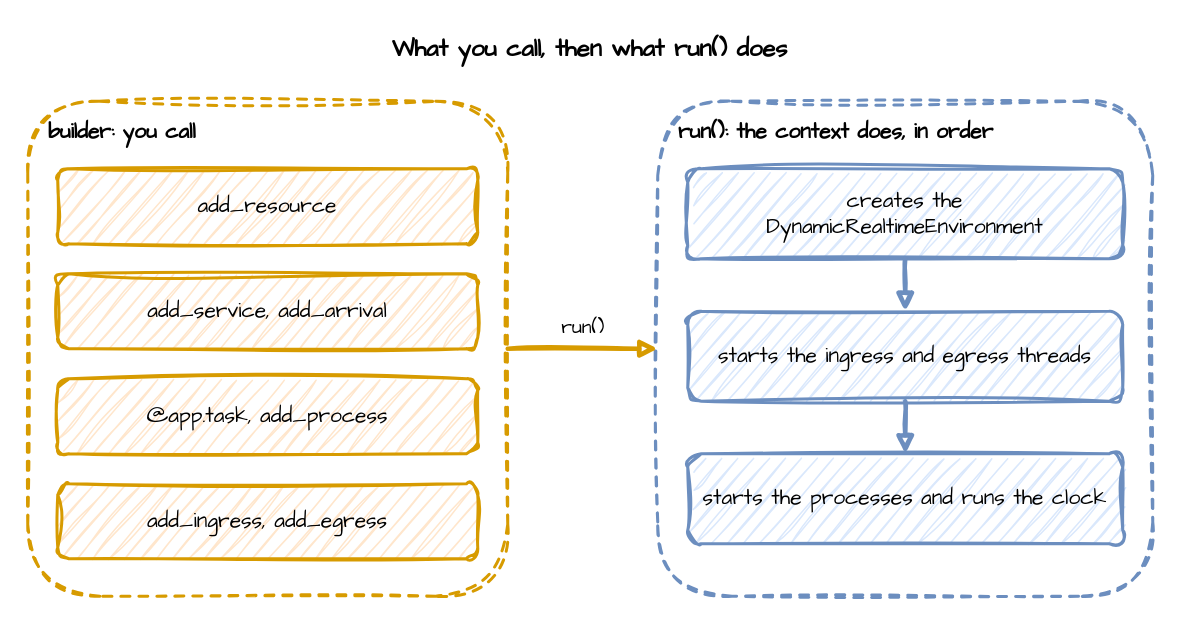
Above: docs/assets/diagrams/builder-then-run.drawio in jaehyeon-kim/desflow (draw.io), before the change. Source tidied: cells renumbered, new cells numbered last; positions are measured from the earlier drawing's top-left corner, leaving out a move shared by most shapes. Both pictures are drawn from the tidied source at 150%, with x=0, y=0 at pixel (27, 26).
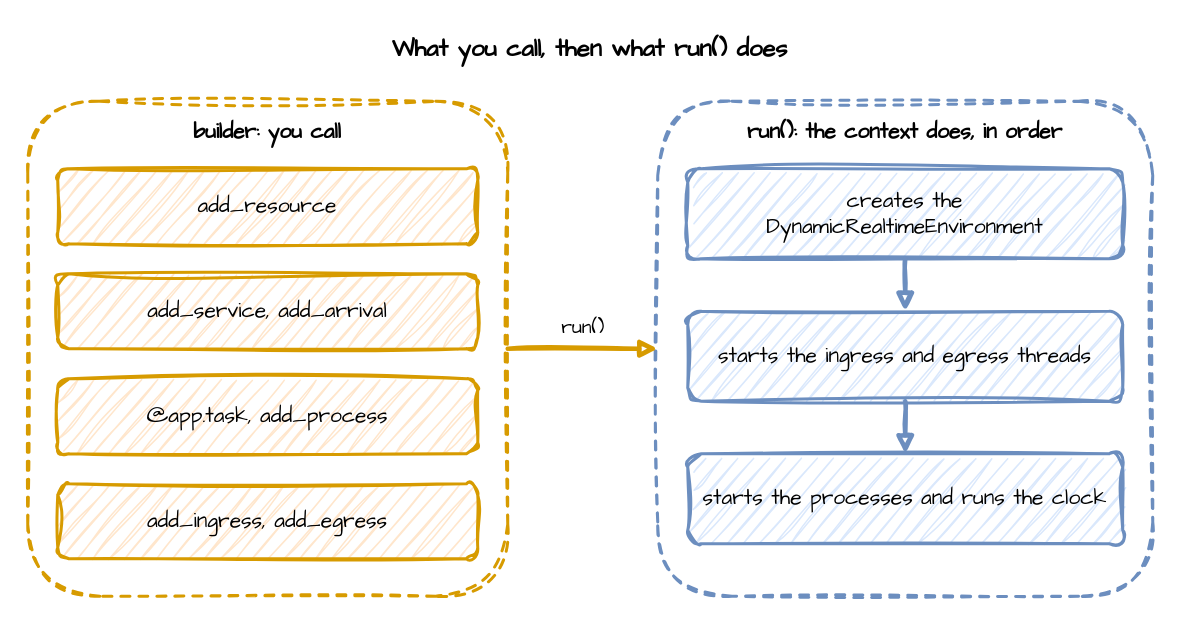
After the change.

The edit, as a diff of the source:
```diff
@@
 <mxGraphModel>
   <root>
     <mxCell id="0" />
     <mxCell id="1" parent="0" />
     <mxCell id="2" value="What you call, then what run() does" style="text;html=1;align=center;verticalAlign=middle;whiteSpace=wrap;fontFamily=Comic Sans MS;fontSize=16;fontStyle=1;" parent="1" vertex="1">
       <mxGeometry width="750" height="30" as="geometry" />
     </mxCell>
-    <mxCell id="3" value="run(): the context does, in order" style="rounded=1;whiteSpace=wrap;html=1;sketch=1;curveFitting=1;jiggle=2;fontFamily=Comic Sans MS;fontSize=14;fillColor=none;strokeColor=#6c8ebf;strokeWidth=2;dashed=1;verticalAlign=top;align=left;spacingLeft=12;spacingTop=6;fontStyle=1;" parent="1" vertex="1">
+    <mxCell id="3" value="run(): the context does, in order" style="rounded=1;whiteSpace=wrap;html=1;sketch=1;curveFitting=1;jiggle=2;fontFamily=Comic Sans MS;fontSize=14;fillColor=none;strokeColor=#6c8ebf;strokeWidth=2;dashed=1;verticalAlign=top;align=center;spacingTop=6;fontStyle=1;" parent="1" vertex="1">
       <mxGeometry x="420" y="50" width="330" height="330" as="geometry" />
     </mxCell>
-    <mxCell id="4" value="builder: you call" style="rounded=1;whiteSpace=wrap;html=1;sketch=1;curveFitting=1;jiggle=2;fontFamily=Comic Sans MS;fontSize=14;fillColor=none;strokeColor=#d79b00;strokeWidth=2;dashed=1;verticalAlign=top;align=left;spacingLeft=12;spacingTop=6;fontStyle=1;" parent="1" vertex="1">
+    <mxCell id="4" value="builder: you call" style="rounded=1;whiteSpace=wrap;html=1;sketch=1;curveFitting=1;jiggle=2;fontFamily=Comic Sans MS;fontSize=14;fillColor=none;strokeColor=#d79b00;strokeWidth=2;dashed=1;verticalAlign=top;align=center;spacingTop=6;fontStyle=1;" parent="1" vertex="1">
       <mxGeometry y="50" width="320" height="330" as="geometry" />
     </mxCell>
     <mxCell id="5" value="add_resource" style="rounded=1;whiteSpace=wrap;html=1;sketch=1;curveFitting=1;jiggle=2;fontFamily=Comic Sans MS;fontSize=14;fillColor=#ffe6cc;strokeColor=#d79b00;strokeWidth=2;" parent="1" vertex="1">
       <mxGeometry x="20" y="95" width="280" height="50" as="geometry" />
     </mxCell>
     <mxCell id="6" value="add_service, add_arrival" style="rounded=1;whiteSpace=wrap;html=1;sketch=1;curveFitting=1;jiggle=2;fontFamily=Comic Sans MS;fontSize=14;fillColor=#ffe6cc;strokeColor=#d79b00;strokeWidth=2;" parent="1" vertex="1">
       <mxGeometry x="20" y="165" width="280" height="50" as="geometry" />
     </mxCell>
     <mxCell id="7" value="@app.task, add_process" style="rounded=1;whiteSpace=wrap;html=1;sketch=1;curveFitting=1;jiggle=2;fontFamily=Comic Sans MS;fontSize=14;fillColor=#ffe6cc;strokeColor=#d79b00;strokeWidth=2;" parent="1" vertex="1">
       <mxGeometry x="20" y="235" width="280" height="50" as="geometry" />
     </mxCell>
     <mxCell id="8" value="add_ingress, add_egress" style="rounded=1;whiteSpace=wrap;html=1;sketch=1;curveFitting=1;jiggle=2;fontFamily=Comic Sans MS;fontSize=14;fillColor=#ffe6cc;strokeColor=#d79b00;strokeWidth=2;" parent="1" vertex="1">
       <mxGeometry x="20" y="305" width="280" height="50" as="geometry" />
     </mxCell>
     <mxCell id="9" value="creates the&lt;br&gt;DynamicRealtimeEnvironment" style="rounded=1;whiteSpace=wrap;html=1;sketch=1;curveFitting=1;jiggle=2;fontFamily=Comic Sans MS;fontSize=14;fillColor=#dae8fc;strokeColor=#6c8ebf;strokeWidth=2;" parent="1" vertex="1">
       <mxGeometry x="440" y="95" width="290" height="60" as="geometry" />
     </mxCell>
     <mxCell id="10" value="starts the ingress and egress threads" style="rounded=1;whiteSpace=wrap;html=1;sketch=1;curveFitting=1;jiggle=2;fontFamily=Comic Sans MS;fontSize=14;fillColor=#dae8fc;strokeColor=#6c8ebf;strokeWidth=2;" parent="1" vertex="1">
       <mxGeometry x="440" y="190" width="290" height="60" as="geometry" />
     </mxCell>
     <mxCell id="11" value="starts the processes and runs the clock" style="rounded=1;whiteSpace=wrap;html=1;sketch=1;curveFitting=1;jiggle=2;fontFamily=Comic Sans MS;fontSize=14;fillColor=#dae8fc;strokeColor=#6c8ebf;strokeWidth=2;" parent="1" vertex="1">
       <mxGeometry x="440" y="285" width="290" height="60" as="geometry" />
     </mxCell>
     <mxCell id="12" style="edgeStyle=orthogonalEdgeStyle;rounded=0;sketch=1;html=1;strokeWidth=3;endArrow=block;strokeColor=#6c8ebf;fontFamily=Comic Sans MS;fontSize=13;labelBackgroundColor=#ffffff;exitX=0.5;exitY=1;exitDx=0;exitDy=0;entryX=0.5;entryY=0;entryDx=0;entryDy=0;" parent="1" edge="1" source="9" target="10">
       <mxGeometry relative="1" as="geometry" />
     </mxCell>
     <mxCell id="13" style="edgeStyle=orthogonalEdgeStyle;rounded=0;sketch=1;html=1;strokeWidth=3;endArrow=block;strokeColor=#6c8ebf;fontFamily=Comic Sans MS;fontSize=13;labelBackgroundColor=#ffffff;exitX=0.5;exitY=1;exitDx=0;exitDy=0;entryX=0.5;entryY=0;entryDx=0;entryDy=0;" parent="1" edge="1" source="10" target="11">
       <mxGeometry relative="1" as="geometry" />
     </mxCell>
     <mxCell id="14" value="run()" style="edgeStyle=orthogonalEdgeStyle;rounded=0;sketch=1;html=1;strokeWidth=3;endArrow=block;strokeColor=#d79b00;fontFamily=Comic Sans MS;fontSize=13;labelBackgroundColor=#ffffff;exitX=1;exitY=0.5;exitDx=0;exitDy=0;entryX=0;entryY=0.5;entryDx=0;entryDy=0;" parent="1" edge="1" source="4" target="3">
       <mxGeometry relative="1" as="geometry">
         <mxPoint y="-14" as="offset" />
       </mxGeometry>
     </mxCell>
   </root>
 </mxGraphModel>
```
